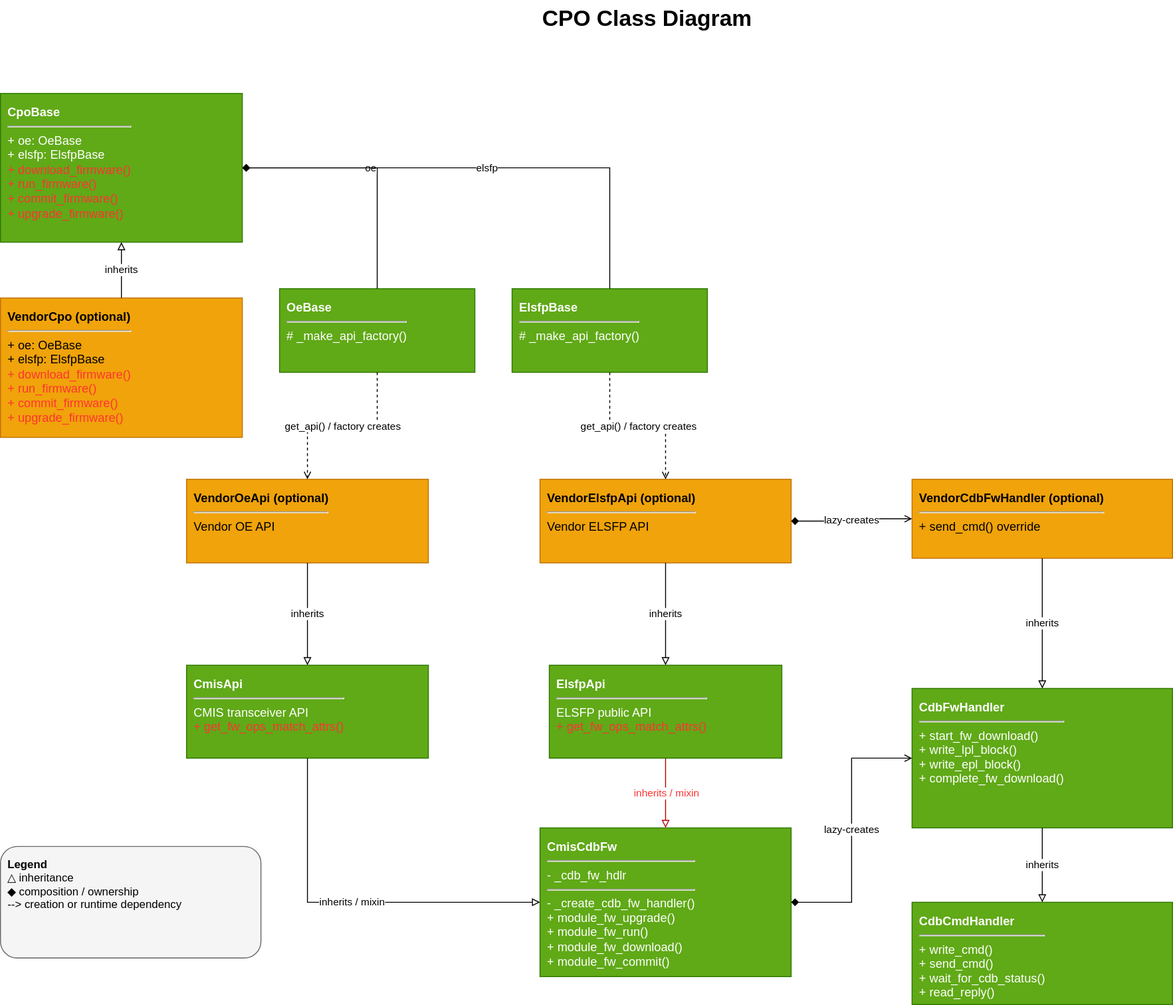
Above: doc/cpo-util/cpobase-relation.svg in sonic-net/SONiC (draw.io), before the change. Source tidied: cells renumbered, new cells last; positions are measured from the earlier drawing's top-left corner, leaving out a move shared by most shapes.
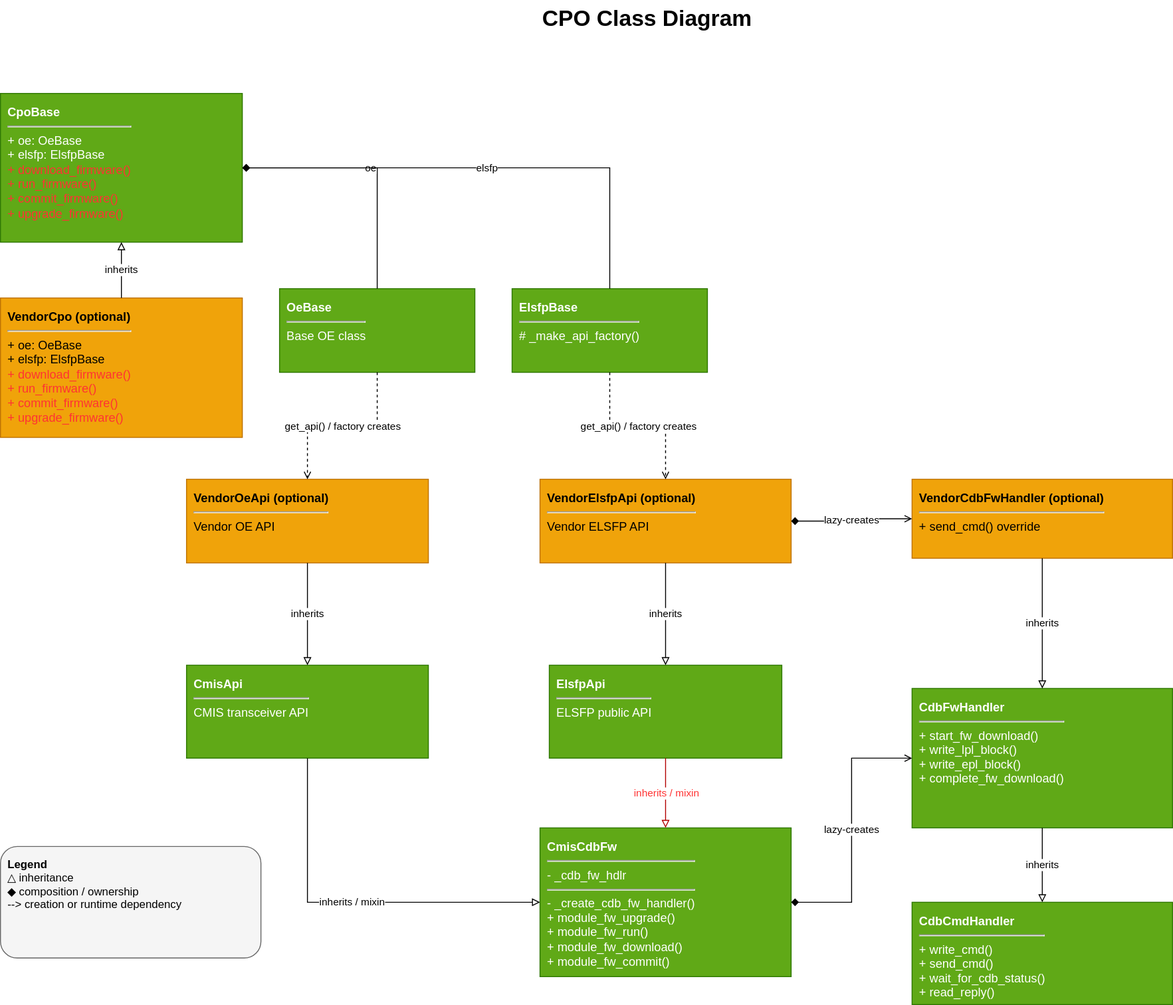
The same diagram one commit later.

Commit message:
Update platform API definition

The edit, as a diff of the source:
```diff
@@ -8,7 +8,7 @@
     <mxCell id="3" value="&lt;b&gt;CpoBase&lt;/b&gt;&lt;hr&gt;+ oe: OeBase&lt;br&gt;+ elsfp: ElsfpBase&lt;div&gt;&lt;font style=&quot;color: rgb(255, 51, 51);&quot;&gt;+ download_firmware()&lt;/font&gt;&lt;/div&gt;&lt;div&gt;&lt;font style=&quot;color: rgb(255, 51, 51);&quot;&gt;+ run_firmware()&lt;/font&gt;&lt;/div&gt;&lt;div&gt;&lt;font style=&quot;color: rgb(255, 51, 51);&quot;&gt;+ commit_firmware()&lt;/font&gt;&lt;/div&gt;&lt;div&gt;&lt;font style=&quot;color: rgb(255, 51, 51);&quot;&gt;+ upgrade_firmware()&lt;/font&gt;&lt;/div&gt;" style="rounded=0;whiteSpace=wrap;html=1;align=left;verticalAlign=top;spacing=8;fillColor=#60a917;strokeColor=#2D7600;fontSize=13;fontColor=#ffffff;" parent="1" vertex="1">
       <mxGeometry y="100" width="260" height="160" as="geometry" />
     </mxCell>
-    <mxCell id="4" value="&lt;b&gt;OeBase&lt;/b&gt;&lt;hr/&gt;# _make_api_factory()" style="rounded=0;whiteSpace=wrap;html=1;align=left;verticalAlign=top;spacing=8;fillColor=#60a917;strokeColor=#2D7600;fontSize=13;fontColor=#ffffff;" parent="1" vertex="1">
+    <mxCell id="4" value="&lt;b&gt;OeBase&lt;/b&gt;&lt;hr&gt;Base OE class" style="rounded=0;whiteSpace=wrap;html=1;align=left;verticalAlign=top;spacing=8;fillColor=#60a917;strokeColor=#2D7600;fontSize=13;fontColor=#ffffff;" parent="1" vertex="1">
       <mxGeometry x="300" y="310" width="210" height="90" as="geometry" />
     </mxCell>
     <mxCell id="5" value="&lt;b&gt;ElsfpBase&lt;/b&gt;&lt;hr/&gt;# _make_api_factory()" style="rounded=0;whiteSpace=wrap;html=1;align=left;verticalAlign=top;spacing=8;fillColor=#60a917;strokeColor=#2D7600;fontSize=13;fontColor=#ffffff;" parent="1" vertex="1">
@@ -20,10 +20,10 @@
     <mxCell id="7" value="&lt;b&gt;VendorElsfpApi (optional)&lt;/b&gt;&lt;hr&gt;Vendor ELSFP API" style="rounded=0;whiteSpace=wrap;html=1;align=left;verticalAlign=top;spacing=8;fillColor=#f0a30a;strokeColor=#BD7000;fontSize=13;fontColor=#000000;" parent="1" vertex="1">
       <mxGeometry x="580" y="515" width="270" height="90" as="geometry" />
     </mxCell>
-    <mxCell id="8" value="&lt;b&gt;CmisApi&lt;/b&gt;&lt;hr&gt;CMIS transceiver API&lt;br&gt;&lt;font style=&quot;color: rgb(255, 51, 51);&quot;&gt;+ get_fw_ops_match_attrs&lt;/font&gt;&lt;font style=&quot;color: rgb(255, 51, 51);&quot;&gt;()&lt;/font&gt;" style="rounded=0;whiteSpace=wrap;html=1;align=left;verticalAlign=top;spacing=8;fillColor=#60a917;strokeColor=#2D7600;fontSize=13;fontColor=#ffffff;" parent="1" vertex="1">
+    <mxCell id="8" value="&lt;b&gt;CmisApi&lt;/b&gt;&lt;hr&gt;CMIS transceiver API&lt;div&gt;&lt;br/&gt;&lt;/div&gt;" style="rounded=0;whiteSpace=wrap;html=1;align=left;verticalAlign=top;spacing=8;fillColor=#60a917;strokeColor=#2D7600;fontSize=13;fontColor=#ffffff;" parent="1" vertex="1">
       <mxGeometry x="200" y="715" width="260" height="100" as="geometry" />
     </mxCell>
-    <mxCell id="9" value="&lt;b&gt;ElsfpApi&lt;/b&gt;&lt;hr&gt;ELSFP public API&lt;br&gt;&lt;font style=&quot;color: rgb(255, 51, 51);&quot;&gt;+ get_fw_ops_match_attrs()&lt;/font&gt;" style="rounded=0;whiteSpace=wrap;html=1;align=left;verticalAlign=top;spacing=8;fillColor=#60a917;strokeColor=#2D7600;fontSize=13;fontColor=#ffffff;" parent="1" vertex="1">
+    <mxCell id="9" value="&lt;b&gt;ElsfpApi&lt;/b&gt;&lt;hr&gt;ELSFP public API&lt;div&gt;&lt;br/&gt;&lt;/div&gt;" style="rounded=0;whiteSpace=wrap;html=1;align=left;verticalAlign=top;spacing=8;fillColor=#60a917;strokeColor=#2D7600;fontSize=13;fontColor=#ffffff;" parent="1" vertex="1">
       <mxGeometry x="590" y="715" width="250" height="100" as="geometry" />
     </mxCell>
     <mxCell id="10" value="&lt;b&gt;CmisCdbFw&lt;/b&gt;&lt;hr&gt;- _cdb_fw_hdlr&lt;hr&gt;- _create_cdb_fw_handler()&lt;br&gt;+ module_fw_upgrade()&lt;div&gt;&lt;font style=&quot;color: rgb(255, 255, 255);&quot;&gt;+ module_fw_run()&lt;/font&gt;&lt;/div&gt;&lt;div&gt;&lt;font style=&quot;color: rgb(255, 255, 255);&quot;&gt;+ module_fw_download()&lt;/font&gt;&lt;/div&gt;&lt;div&gt;&lt;font style=&quot;color: rgb(255, 255, 255);&quot;&gt;+ module_fw_commit()&lt;/font&gt;&lt;/div&gt;" style="rounded=0;whiteSpace=wrap;html=1;align=left;verticalAlign=top;spacing=8;fillColor=#60a917;strokeColor=#2D7600;fontSize=13;fontColor=#ffffff;" parent="1" vertex="1">
```
